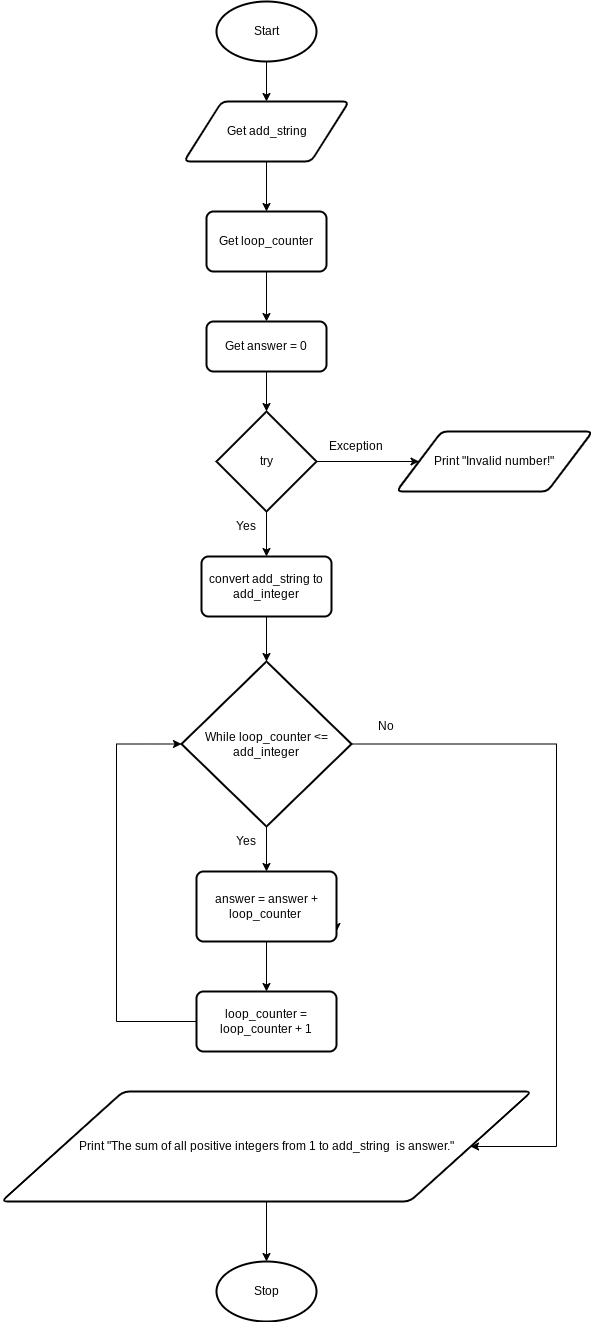
This is design.add_loop.flowchart.png from Yiyun-Qin/ICS3U-Unit4-01-Python, a draw.io export, as it was before one commit. Source tidied: cells renumbered, new cells last; positions are measured from the earlier drawing's top-left corner, leaving out a move shared by most shapes. Its diagram source:
```xml
<mxGraphModel>
  <root>
    <mxCell id="0" />
    <mxCell id="1" parent="0" />
    <mxCell id="2" style="edgeStyle=none;html=1;exitX=0.5;exitY=1;exitDx=0;exitDy=0;exitPerimeter=0;entryX=0.5;entryY=0;entryDx=0;entryDy=0;" parent="1" edge="1" source="3" target="5">
      <mxGeometry relative="1" as="geometry" />
    </mxCell>
    <mxCell id="3" value="Start" style="strokeWidth=2;html=1;shape=mxgraph.flowchart.start_1;whiteSpace=wrap;" parent="1" vertex="1">
      <mxGeometry x="215" width="100" height="60" as="geometry" />
    </mxCell>
    <mxCell id="4" style="edgeStyle=none;html=1;exitX=0.5;exitY=1;exitDx=0;exitDy=0;entryX=0.5;entryY=0;entryDx=0;entryDy=0;" parent="1" edge="1" source="5" target="23">
      <mxGeometry relative="1" as="geometry" />
    </mxCell>
    <mxCell id="5" value="Get add_string" style="shape=parallelogram;html=1;strokeWidth=2;perimeter=parallelogramPerimeter;whiteSpace=wrap;rounded=1;arcSize=12;size=0.23;" parent="1" vertex="1">
      <mxGeometry x="182.5" y="100" width="165" height="60" as="geometry" />
    </mxCell>
    <mxCell id="6" value="Stop" style="strokeWidth=2;html=1;shape=mxgraph.flowchart.start_1;whiteSpace=wrap;" parent="1" vertex="1">
      <mxGeometry x="215" y="1260" width="100" height="60" as="geometry" />
    </mxCell>
    <mxCell id="7" value="Yes" style="text;html=1;strokeColor=none;fillColor=none;align=center;verticalAlign=middle;whiteSpace=wrap;rounded=0;" parent="1" vertex="1">
      <mxGeometry x="215" y="510" width="60" height="30" as="geometry" />
    </mxCell>
    <mxCell id="8" value="No" style="text;html=1;strokeColor=none;fillColor=none;align=center;verticalAlign=middle;whiteSpace=wrap;rounded=0;" parent="1" vertex="1">
      <mxGeometry x="355" y="710" width="60" height="30" as="geometry" />
    </mxCell>
    <mxCell id="9" style="edgeStyle=none;html=1;exitX=0.5;exitY=1;exitDx=0;exitDy=0;exitPerimeter=0;entryX=0.5;entryY=0;entryDx=0;entryDy=0;" parent="1" edge="1" source="11" target="13">
      <mxGeometry relative="1" as="geometry" />
    </mxCell>
    <mxCell id="10" style="edgeStyle=none;html=1;exitX=1;exitY=0.5;exitDx=0;exitDy=0;exitPerimeter=0;entryX=0;entryY=0.5;entryDx=0;entryDy=0;" parent="1" edge="1" source="11" target="14">
      <mxGeometry relative="1" as="geometry" />
    </mxCell>
    <mxCell id="11" value="try" style="strokeWidth=2;html=1;shape=mxgraph.flowchart.decision;whiteSpace=wrap;" parent="1" vertex="1">
      <mxGeometry x="215" y="410" width="100" height="100" as="geometry" />
    </mxCell>
    <mxCell id="12" style="edgeStyle=none;html=1;exitX=0.5;exitY=1;exitDx=0;exitDy=0;entryX=0.5;entryY=0;entryDx=0;entryDy=0;entryPerimeter=0;" parent="1" edge="1" source="13" target="18">
      <mxGeometry relative="1" as="geometry" />
    </mxCell>
    <mxCell id="13" value="convert add_string to add_integer" style="rounded=1;whiteSpace=wrap;html=1;absoluteArcSize=1;arcSize=14;strokeWidth=2;" parent="1" vertex="1">
      <mxGeometry x="200" y="555" width="130" height="60" as="geometry" />
    </mxCell>
    <mxCell id="14" value="Print &quot;Invalid number!&quot;" style="shape=parallelogram;html=1;strokeWidth=2;perimeter=parallelogramPerimeter;whiteSpace=wrap;rounded=1;arcSize=12;size=0.23;" parent="1" vertex="1">
      <mxGeometry x="395" y="430" width="196" height="60" as="geometry" />
    </mxCell>
    <mxCell id="15" value="Exception" style="text;html=1;strokeColor=none;fillColor=none;align=center;verticalAlign=middle;whiteSpace=wrap;rounded=0;" parent="1" vertex="1">
      <mxGeometry x="325" y="430" width="60" height="30" as="geometry" />
    </mxCell>
    <mxCell id="16" style="edgeStyle=none;html=1;exitX=0.5;exitY=1;exitDx=0;exitDy=0;exitPerimeter=0;entryX=0.5;entryY=0;entryDx=0;entryDy=0;" parent="1" edge="1" source="18" target="21">
      <mxGeometry relative="1" as="geometry" />
    </mxCell>
    <mxCell id="17" style="edgeStyle=orthogonalEdgeStyle;rounded=0;html=1;exitX=1;exitY=0.5;exitDx=0;exitDy=0;exitPerimeter=0;entryX=1;entryY=0.5;entryDx=0;entryDy=0;" parent="1" edge="1" source="18" target="30">
      <mxGeometry relative="1" as="geometry">
        <Array as="points">
          <mxPoint x="555" y="743" />
          <mxPoint x="555" y="1145" />
        </Array>
      </mxGeometry>
    </mxCell>
    <mxCell id="18" value="While loop_counter &amp;lt;= add_integer" style="strokeWidth=2;html=1;shape=mxgraph.flowchart.decision;whiteSpace=wrap;" parent="1" vertex="1">
      <mxGeometry x="180" y="660" width="170" height="165" as="geometry" />
    </mxCell>
    <mxCell id="19" style="edgeStyle=none;html=1;exitX=1;exitY=0.75;exitDx=0;exitDy=0;" parent="1" edge="1" source="21">
      <mxGeometry relative="1" as="geometry">
        <mxPoint x="335" y="930" as="targetPoint" />
      </mxGeometry>
    </mxCell>
    <mxCell id="20" style="edgeStyle=none;html=1;exitX=0.5;exitY=1;exitDx=0;exitDy=0;entryX=0.5;entryY=0;entryDx=0;entryDy=0;" parent="1" edge="1" source="21" target="27">
      <mxGeometry relative="1" as="geometry" />
    </mxCell>
    <mxCell id="21" value="answer = answer + loop_counter&amp;nbsp;" style="rounded=1;whiteSpace=wrap;html=1;absoluteArcSize=1;arcSize=14;strokeWidth=2;" parent="1" vertex="1">
      <mxGeometry x="195" y="870" width="140" height="70" as="geometry" />
    </mxCell>
    <mxCell id="22" style="edgeStyle=none;html=1;exitX=0.5;exitY=1;exitDx=0;exitDy=0;entryX=0.5;entryY=0;entryDx=0;entryDy=0;" parent="1" edge="1" source="23" target="25">
      <mxGeometry relative="1" as="geometry" />
    </mxCell>
    <mxCell id="23" value="Get loop_counter" style="rounded=1;whiteSpace=wrap;html=1;absoluteArcSize=1;arcSize=14;strokeWidth=2;" parent="1" vertex="1">
      <mxGeometry x="205" y="210" width="120" height="60" as="geometry" />
    </mxCell>
    <mxCell id="24" style="edgeStyle=none;html=1;exitX=0.5;exitY=1;exitDx=0;exitDy=0;entryX=0.5;entryY=0;entryDx=0;entryDy=0;entryPerimeter=0;" parent="1" edge="1" source="25" target="11">
      <mxGeometry relative="1" as="geometry" />
    </mxCell>
    <mxCell id="25" value="Get answer = 0" style="rounded=1;whiteSpace=wrap;html=1;absoluteArcSize=1;arcSize=14;strokeWidth=2;" parent="1" vertex="1">
      <mxGeometry x="205" y="320" width="120" height="50" as="geometry" />
    </mxCell>
    <mxCell id="26" style="edgeStyle=orthogonalEdgeStyle;html=1;exitX=0;exitY=0.5;exitDx=0;exitDy=0;entryX=0;entryY=0.5;entryDx=0;entryDy=0;entryPerimeter=0;rounded=0;" parent="1" edge="1" source="27" target="18">
      <mxGeometry relative="1" as="geometry">
        <Array as="points">
          <mxPoint x="115" y="1020" />
          <mxPoint x="115" y="743" />
        </Array>
      </mxGeometry>
    </mxCell>
    <mxCell id="27" value="loop_counter = loop_counter + 1" style="rounded=1;whiteSpace=wrap;html=1;absoluteArcSize=1;arcSize=14;strokeWidth=2;" parent="1" vertex="1">
      <mxGeometry x="195" y="990" width="140" height="60" as="geometry" />
    </mxCell>
    <mxCell id="28" value="Yes" style="text;html=1;strokeColor=none;fillColor=none;align=center;verticalAlign=middle;whiteSpace=wrap;rounded=0;" parent="1" vertex="1">
      <mxGeometry x="215" y="825" width="60" height="30" as="geometry" />
    </mxCell>
    <mxCell id="29" style="edgeStyle=orthogonalEdgeStyle;rounded=0;html=1;exitX=0.5;exitY=1;exitDx=0;exitDy=0;entryX=0.5;entryY=0;entryDx=0;entryDy=0;entryPerimeter=0;" parent="1" edge="1" source="30" target="6">
      <mxGeometry relative="1" as="geometry" />
    </mxCell>
    <mxCell id="30" value="Print &quot;The sum of all positive integers from 1 to add_string&amp;nbsp; is answer.&quot;" style="shape=parallelogram;html=1;strokeWidth=2;perimeter=parallelogramPerimeter;whiteSpace=wrap;rounded=1;arcSize=12;size=0.23;" parent="1" vertex="1">
      <mxGeometry y="1090" width="530" height="110" as="geometry" />
    </mxCell>
  </root>
</mxGraphModel>
```
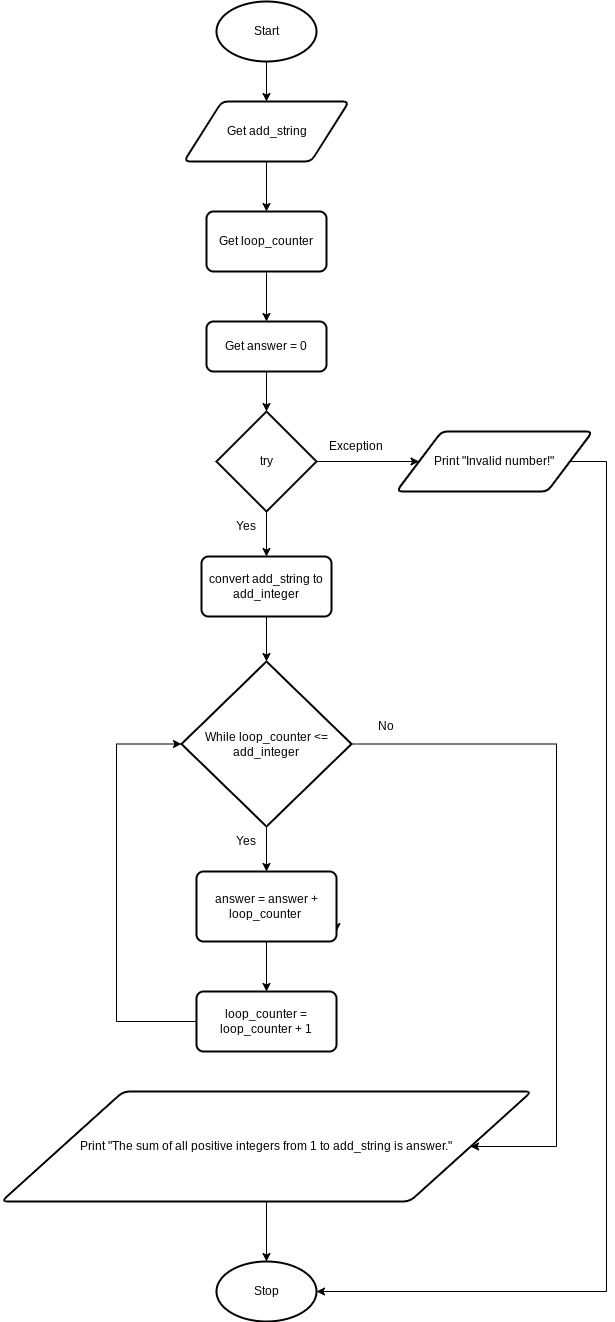
After the change.

The edit, as a diff of the source:
```diff
@@ -38,6 +38,14 @@
     <mxCell id="13" value="convert add_string to add_integer" style="rounded=1;whiteSpace=wrap;html=1;absoluteArcSize=1;arcSize=14;strokeWidth=2;" parent="1" vertex="1">
       <mxGeometry x="200" y="555" width="130" height="60" as="geometry" />
     </mxCell>
+    <mxCell id="31" style="edgeStyle=orthogonalEdgeStyle;html=1;exitX=1;exitY=0.5;exitDx=0;exitDy=0;entryX=1;entryY=0.5;entryDx=0;entryDy=0;entryPerimeter=0;rounded=0;" parent="1" edge="1" source="14" target="6">
+      <mxGeometry relative="1" as="geometry">
+        <Array as="points">
+          <mxPoint x="605" y="460" />
+          <mxPoint x="605" y="1290" />
+        </Array>
+      </mxGeometry>
+    </mxCell>
     <mxCell id="14" value="Print &quot;Invalid number!&quot;" style="shape=parallelogram;html=1;strokeWidth=2;perimeter=parallelogramPerimeter;whiteSpace=wrap;rounded=1;arcSize=12;size=0.23;" parent="1" vertex="1">
       <mxGeometry x="395" y="430" width="196" height="60" as="geometry" />
     </mxCell>
@@ -98,7 +106,7 @@
     <mxCell id="29" style="edgeStyle=orthogonalEdgeStyle;rounded=0;html=1;exitX=0.5;exitY=1;exitDx=0;exitDy=0;entryX=0.5;entryY=0;entryDx=0;entryDy=0;entryPerimeter=0;" parent="1" edge="1" source="30" target="6">
       <mxGeometry relative="1" as="geometry" />
     </mxCell>
-    <mxCell id="30" value="Print &quot;The sum of all positive integers from 1 to add_string&amp;nbsp; is answer.&quot;" style="shape=parallelogram;html=1;strokeWidth=2;perimeter=parallelogramPerimeter;whiteSpace=wrap;rounded=1;arcSize=12;size=0.23;" parent="1" vertex="1">
+    <mxCell id="30" value="Print &quot;The sum of all positive integers from 1 to add_string is answer.&quot;" style="shape=parallelogram;html=1;strokeWidth=2;perimeter=parallelogramPerimeter;whiteSpace=wrap;rounded=1;arcSize=12;size=0.23;" parent="1" vertex="1">
       <mxGeometry y="1090" width="530" height="110" as="geometry" />
     </mxCell>
   </root>
```
